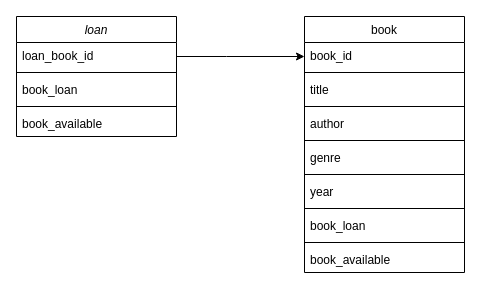
The draw.io diagram Untitled Diagram.drawio in Anja505505/individuell_labb, before the edit. Source tidied: cells renumbered, new cells numbered last; positions are measured from the earlier drawing's top-left corner, leaving out a move shared by most shapes. Both pictures are drawn from the tidied source at 100%, with x=0, y=0 at pixel (16, 16).
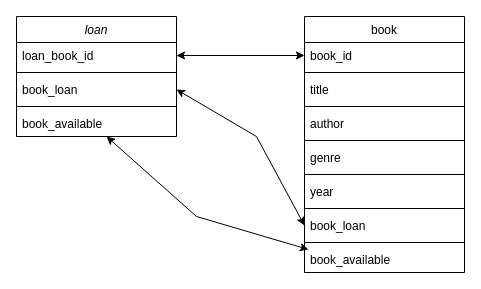
The same diagram, later.

Unchanged cells that the change refers to:
```xml
<mxCell id="2" value="loan" style="swimlane;fontStyle=2;align=center;verticalAlign=top;horizontal=1;startSize=26;rounded=0;shadow=0;strokeWidth=1;" parent="1" vertex="1">
  <mxGeometry width="160" height="120" as="geometry" />
</mxCell>
<mxCell id="3" value="loan_book_id" style="text;align=left;verticalAlign=top;spacingLeft=4;spacingRight=4;overflow=hidden;points=[[0,0.5],[1,0.5]];portConstraint=eastwest;" parent="2" vertex="1">
  <mxGeometry y="26" width="160" height="26" as="geometry" />
</mxCell>
<mxCell id="5" value="book_loan" style="text;align=left;verticalAlign=top;spacingLeft=4;spacingRight=4;overflow=hidden;points=[[0,0.5],[1,0.5]];portConstraint=eastwest;rounded=0;shadow=0;html=0;" parent="2" vertex="1">
  <mxGeometry y="60" width="160" height="26" as="geometry" />
</mxCell>
<mxCell id="7" value="book_available" style="text;align=left;verticalAlign=top;spacingLeft=4;spacingRight=4;overflow=hidden;points=[[0,0.5],[1,0.5]];portConstraint=eastwest;rounded=0;shadow=0;html=0;" parent="2" vertex="1">
  <mxGeometry y="94" width="160" height="26" as="geometry" />
</mxCell>
<mxCell id="8" value="book" style="swimlane;fontStyle=0;align=center;verticalAlign=top;horizontal=1;startSize=26;rounded=0;shadow=0;strokeWidth=1;" parent="1" vertex="1">
  <mxGeometry x="288" width="160" height="256" as="geometry" />
</mxCell>
<mxCell id="9" value="book_id" style="text;align=left;verticalAlign=top;spacingLeft=4;spacingRight=4;overflow=hidden;points=[[0,0.5],[1,0.5]];portConstraint=eastwest;" parent="8" vertex="1">
  <mxGeometry y="26" width="160" height="26" as="geometry" />
</mxCell>
<mxCell id="19" value="book_loan" style="text;align=left;verticalAlign=top;spacingLeft=4;spacingRight=4;overflow=hidden;points=[[0,0.5],[1,0.5]];portConstraint=eastwest;" parent="8" vertex="1">
  <mxGeometry y="196" width="160" height="26" as="geometry" />
</mxCell>
<mxCell id="21" value="book_available" style="text;align=left;verticalAlign=top;spacingLeft=4;spacingRight=4;overflow=hidden;points=[[0,0.5],[1,0.5]];portConstraint=eastwest;" parent="8" vertex="1">
  <mxGeometry y="230" width="160" height="26" as="geometry" />
</mxCell>
```

Change to the diagram source:
```diff
@@
-    <mxCell id="22" style="endArrow=classic;shadow=0;strokeWidth=1;rounded=0;endFill=1;edgeStyle=elbowEdgeStyle;elbow=vertical;" parent="1" edge="1" source="2" target="8">
-      <mxGeometry x="0.5" y="41" relative="1" as="geometry">
-        <Array as="points">
-          <mxPoint x="210" y="40" />
-        </Array>
-        <mxPoint x="-40" y="32" as="offset" />
-      </mxGeometry>
-    </mxCell>
-    <mxCell id="23" style="align=left;verticalAlign=bottom;labelBackgroundColor=none;fontSize=12;" parent="22" vertex="1">
-      <mxGeometry x="-1" relative="1" as="geometry">
-        <mxPoint y="4" as="offset" />
-      </mxGeometry>
-    </mxCell>
+    <mxCell id="24" style="endArrow=classic;startArrow=classic;html=1;rounded=0;entryX=0;entryY=0.5;entryDx=0;entryDy=0;" parent="1" edge="1" source="3" target="9">
+      <mxGeometry relative="1" as="geometry" />
+    </mxCell>
+    <mxCell id="25" style="endArrow=classic;startArrow=classic;html=1;rounded=0;entryX=0.563;entryY=1;entryDx=0;entryDy=0;entryPerimeter=0;exitX=0.025;exitY=0.115;exitDx=0;exitDy=0;exitPerimeter=0;" parent="1" edge="1" source="21" target="7">
+      <mxGeometry relative="1" as="geometry">
+        <Array as="points">
+          <mxPoint x="180" y="200" />
+        </Array>
+      </mxGeometry>
+    </mxCell>
+    <mxCell id="26" style="endArrow=classic;startArrow=classic;html=1;rounded=0;entryX=0;entryY=0.5;entryDx=0;entryDy=0;exitX=1;exitY=0.5;exitDx=0;exitDy=0;" parent="1" edge="1" source="5" target="19">
+      <mxGeometry relative="1" as="geometry">
+        <Array as="points">
+          <mxPoint x="240" y="120" />
+        </Array>
+      </mxGeometry>
+    </mxCell>
```
